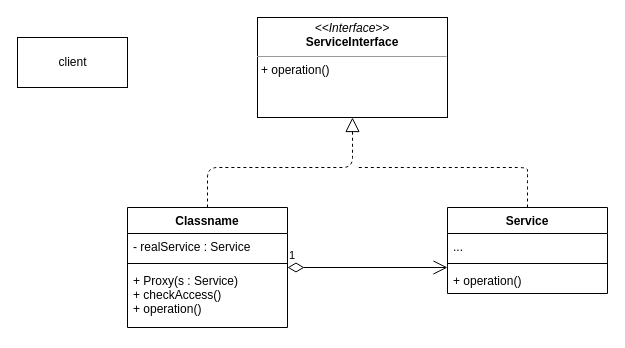
Before: 未命名绘图.drawio in ChaunceyHuo/studyDesignParttern, a draw.io diagram. Source tidied: cells renumbered, new cells numbered last; positions are measured from the earlier drawing's top-left corner, leaving out a move shared by most shapes. Both pictures are drawn from the tidied source at 100%, with x=0, y=0 at pixel (17, 17).
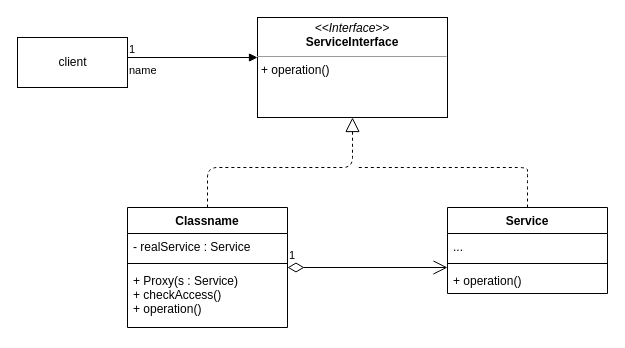
Above is the later version.

The edit, as a diff of the source:
```diff
@@
+    <mxCell id="28" value="name" style="endArrow=block;endFill=1;html=1;edgeStyle=orthogonalEdgeStyle;align=left;verticalAlign=top;" parent="1" edge="1">
+      <mxGeometry x="-1" relative="1" as="geometry">
+        <mxPoint x="110" y="40" as="sourcePoint" />
+        <mxPoint x="240" y="40" as="targetPoint" />
+      </mxGeometry>
+    </mxCell>
+    <mxCell id="29" value="1" style="edgeLabel;html=1;align=left;verticalAlign=bottom;" parent="28" vertex="1">
+      <mxGeometry x="-1" relative="1" as="geometry" />
+    </mxCell>
```
